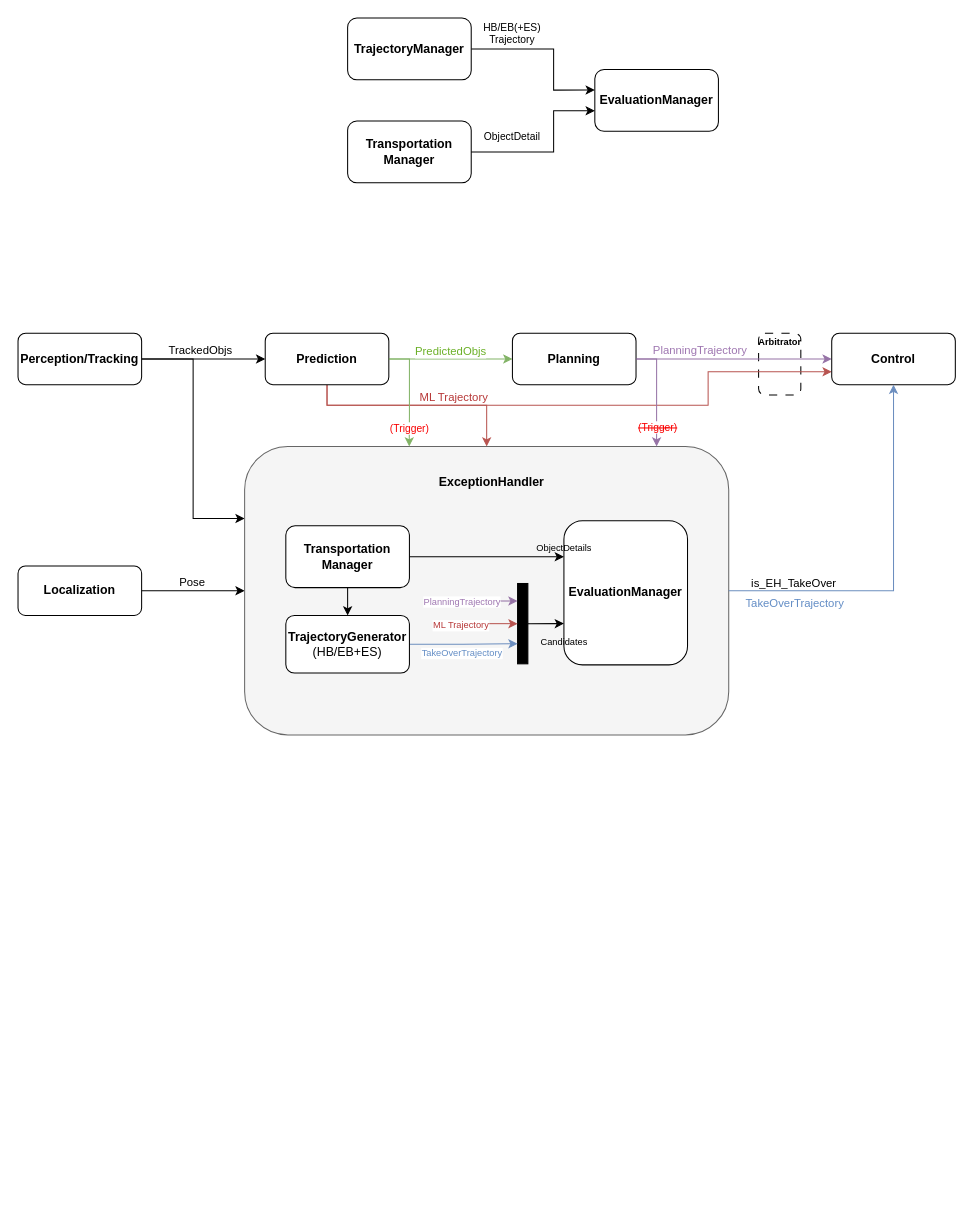
Before: Files/Untitled Diagram.drawio in zhangjoey115/Diagrams, a draw.io diagram. Source tidied: cells renumbered, new cells numbered last; positions are measured from the earlier drawing's top-left corner, leaving out a move shared by most shapes. Both pictures are drawn from the tidied source at 103%, with x=0, y=0 at pixel (18, 18).
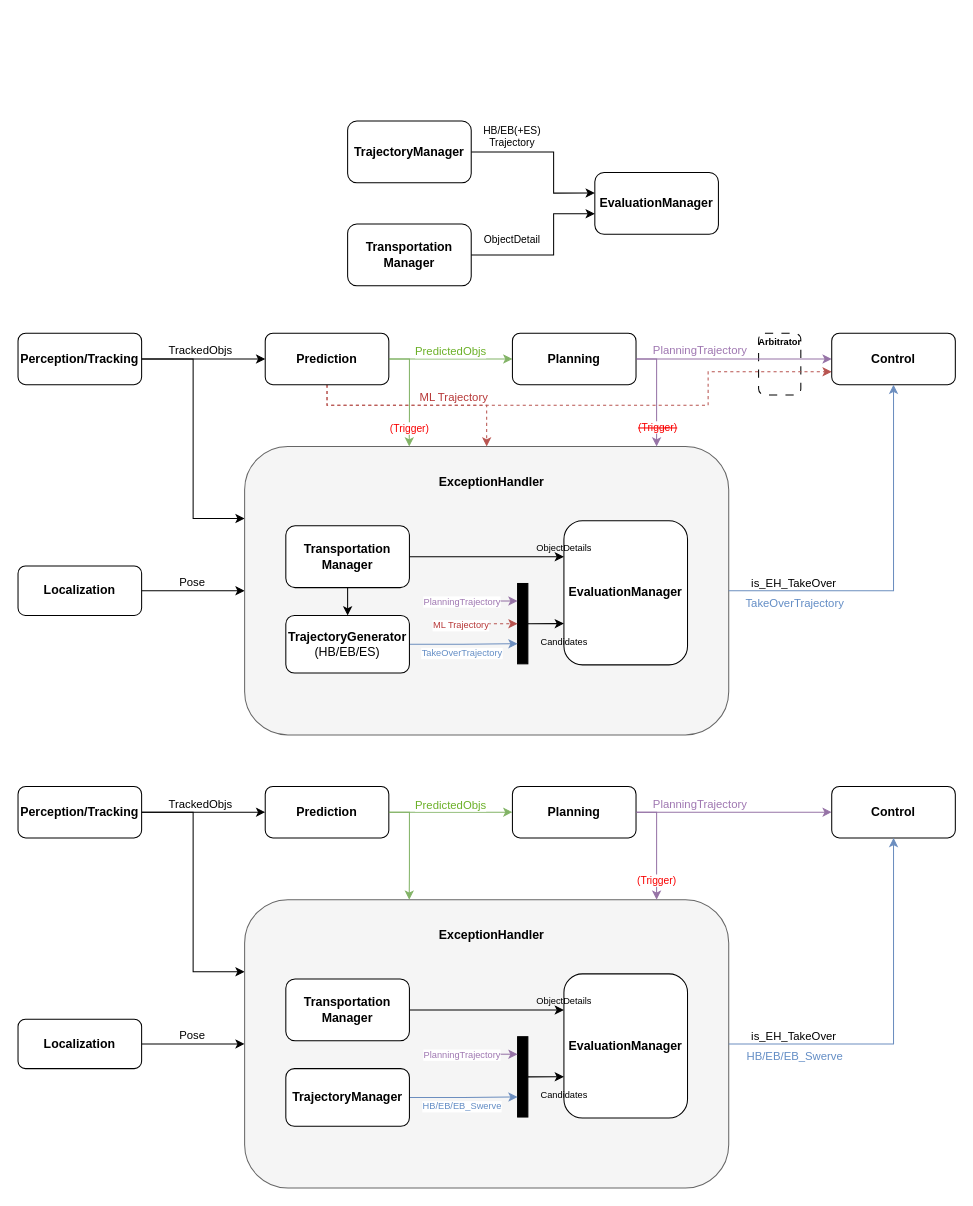
After the change.

The change refers to these unchanged cells:
```xml
<mxCell id="12" value="Prediction" style="rounded=1;whiteSpace=wrap;html=1;fontStyle=1;" parent="1" vertex="1">
  <mxGeometry x="240" y="306" width="120" height="50" as="geometry" />
</mxCell>
<mxCell id="19" value="Control" style="rounded=1;whiteSpace=wrap;html=1;fontStyle=1;" parent="1" vertex="1">
  <mxGeometry x="790" y="306" width="120" height="50" as="geometry" />
</mxCell>
<mxCell id="26" style="group;" parent="1" vertex="1">
  <mxGeometry x="220" y="416" width="470" height="280" as="geometry" />
</mxCell>
<mxCell id="27" style="rounded=1;whiteSpace=wrap;html=1;fontStyle=1;fillColor=#f5f5f5;fontColor=#333333;strokeColor=#666666;" parent="26" vertex="1">
  <mxGeometry width="470" height="280" as="geometry" />
</mxCell>
<mxCell id="28" style="rounded=0;whiteSpace=wrap;html=1;fillColor=#000000;" parent="26" vertex="1">
  <mxGeometry x="265" y="133" width="10" height="78" as="geometry" />
</mxCell>
```

What changed in the source:
```diff
@@
-    <mxCell id="9" style="edgeStyle=orthogonalEdgeStyle;rounded=0;jettySize=auto;html=1;exitX=0.5;exitY=1;exitDx=0;exitDy=0;entryX=0;entryY=0.75;entryDx=0;entryDy=0;fillColor=#f8cecc;strokeColor=#b85450;" parent="1" edge="1" source="12" target="19">
+    <mxCell id="9" style="edgeStyle=orthogonalEdgeStyle;rounded=0;jettySize=auto;html=1;exitX=0.5;exitY=1;exitDx=0;exitDy=0;entryX=0;entryY=0.75;entryDx=0;entryDy=0;fillColor=#f8cecc;strokeColor=#b85450;dashed=1;" parent="1" edge="1" source="12" target="19">
       <mxGeometry relative="1" as="geometry">
         <Array as="points">
           <mxPoint x="300" y="376" />
           <mxPoint x="670" y="376" />
           <mxPoint x="670" y="343" />
         </Array>
       </mxGeometry>
     </mxCell>
@@
-    <mxCell id="11" style="edgeStyle=orthogonalEdgeStyle;rounded=0;jettySize=auto;html=1;exitX=0.5;exitY=1;exitDx=0;exitDy=0;entryX=0.5;entryY=0;entryDx=0;entryDy=0;fillColor=#f8cecc;strokeColor=#b85450;" parent="1" edge="1" source="12" target="27">
+    <mxCell id="11" style="edgeStyle=orthogonalEdgeStyle;rounded=0;jettySize=auto;html=1;exitX=0.5;exitY=1;exitDx=0;exitDy=0;entryX=0.5;entryY=0;entryDx=0;entryDy=0;fillColor=#f8cecc;strokeColor=#b85450;dashed=1;" parent="1" edge="1" source="12" target="27">
       <mxGeometry relative="1" as="geometry">
         <Array as="points">
           <mxPoint x="300" y="376" />
           <mxPoint x="455" y="376" />
         </Array>
       </mxGeometry>
     </mxCell>
@@
     <mxCell id="20" value="EvaluationManager" style="rounded=1;whiteSpace=wrap;html=1;fontStyle=1;" parent="1" vertex="1">
-      <mxGeometry x="560" y="50" width="120" height="60" as="geometry" />
+      <mxGeometry x="560" y="150" width="120" height="60" as="geometry" />
     </mxCell>
     <mxCell id="21" style="edgeStyle=orthogonalEdgeStyle;rounded=0;jettySize=auto;html=1;exitX=1;exitY=0.5;exitDx=0;exitDy=0;entryX=0;entryY=0.333;entryDx=0;entryDy=0;entryPerimeter=0;" parent="1" edge="1" source="22" target="20">
       <mxGeometry relative="1" as="geometry">
         <Array as="points">
-          <mxPoint x="520" y="30" />
-          <mxPoint x="520" y="70" />
+          <mxPoint x="520" y="130" />
+          <mxPoint x="520" y="170" />
         </Array>
       </mxGeometry>
     </mxCell>
     <mxCell id="22" value="TrajectoryManager" style="rounded=1;whiteSpace=wrap;html=1;fontStyle=1;" parent="1" vertex="1">
-      <mxGeometry x="320" width="120" height="60" as="geometry" />
+      <mxGeometry x="320" y="100" width="120" height="60" as="geometry" />
     </mxCell>
     <mxCell id="23" value="Transportation&lt;div&gt;Manager&lt;/div&gt;" style="rounded=1;whiteSpace=wrap;html=1;fontStyle=1;" parent="1" vertex="1">
-      <mxGeometry x="320" y="100" width="120" height="60" as="geometry" />
+      <mxGeometry x="320" y="200" width="120" height="60" as="geometry" />
     </mxCell>
@@
-    <mxCell id="30" value="&lt;div&gt;&lt;b&gt;TrajectoryGenerator&lt;/b&gt;&lt;/div&gt;&lt;div&gt;(HB/EB+ES)&lt;/div&gt;" style="rounded=1;whiteSpace=wrap;html=1;" parent="26" vertex="1">
+    <mxCell id="30" value="&lt;div&gt;&lt;b&gt;TrajectoryGenerator&lt;/b&gt;&lt;/div&gt;&lt;div&gt;(HB/EB/ES)&lt;/div&gt;" style="rounded=1;whiteSpace=wrap;html=1;" parent="26" vertex="1">
       <mxGeometry x="40" y="164" width="120" height="56" as="geometry" />
     </mxCell>
@@
-    <mxCell id="36" style="edgeStyle=orthogonalEdgeStyle;rounded=0;jettySize=auto;html=1;entryX=0;entryY=0.5;entryDx=0;entryDy=0;fillColor=#f8cecc;strokeColor=#b85450;" parent="26" edge="1" target="28">
+    <mxCell id="36" style="edgeStyle=orthogonalEdgeStyle;rounded=0;jettySize=auto;html=1;entryX=0;entryY=0.5;entryDx=0;entryDy=0;fillColor=#f8cecc;strokeColor=#b85450;dashed=1;" parent="26" edge="1" target="28">
       <mxGeometry relative="1" as="geometry">
         <mxPoint x="230" y="172" as="sourcePoint" />
       </mxGeometry>
     </mxCell>
@@
     <mxCell id="51" style="edgeStyle=orthogonalEdgeStyle;rounded=0;jettySize=auto;html=1;exitX=1;exitY=0.5;exitDx=0;exitDy=0;entryX=0;entryY=0.667;entryDx=0;entryDy=0;entryPerimeter=0;" parent="1" edge="1" source="23" target="20">
       <mxGeometry relative="1" as="geometry">
         <Array as="points">
-          <mxPoint x="520" y="130" />
-          <mxPoint x="520" y="90" />
+          <mxPoint x="520" y="230" />
+          <mxPoint x="520" y="190" />
         </Array>
       </mxGeometry>
     </mxCell>
     <mxCell id="52" value="HB/EB(+ES) Trajectory" style="text;html=1;align=center;verticalAlign=middle;whiteSpace=wrap;rounded=0;fontSize=10;" parent="1" vertex="1">
-      <mxGeometry x="450" width="60" height="30" as="geometry" />
+      <mxGeometry x="450" y="100" width="60" height="30" as="geometry" />
     </mxCell>
     <mxCell id="53" value="ObjectDetail" style="text;html=1;align=center;verticalAlign=middle;whiteSpace=wrap;rounded=0;fontSize=10;" parent="1" vertex="1">
-      <mxGeometry x="450" y="100" width="60" height="30" as="geometry" />
+      <mxGeometry x="450" y="200" width="60" height="30" as="geometry" />
     </mxCell>
+    <mxCell id="54" style="edgeStyle=orthogonalEdgeStyle;rounded=0;jettySize=auto;html=1;exitX=1;exitY=0.5;exitDx=0;exitDy=0;entryX=0;entryY=0.5;entryDx=0;entryDy=0;" parent="1" edge="1" source="57" target="60">
+      <mxGeometry relative="1" as="geometry" />
+    </mxCell>
+    <mxCell id="55" value="TrackedObjs" style="edgeLabel;html=1;align=center;verticalAlign=middle;fontColor=default;" parent="54" vertex="1">
+      <mxGeometry x="0.07" y="1" relative="1" as="geometry">
+        <mxPoint x="-8" y="-8" as="offset" />
+      </mxGeometry>
+    </mxCell>
+    <mxCell id="56" style="edgeStyle=orthogonalEdgeStyle;rounded=0;jettySize=auto;html=1;exitX=1;exitY=0.5;exitDx=0;exitDy=0;entryX=0;entryY=0.25;entryDx=0;entryDy=0;" parent="1" edge="1" source="57" target="71">
+      <mxGeometry relative="1" as="geometry" />
+    </mxCell>
+    <mxCell id="57" value="Perception/Tracking" style="rounded=1;whiteSpace=wrap;html=1;fontStyle=1;" parent="1" vertex="1">
+      <mxGeometry y="746" width="120" height="50" as="geometry" />
+    </mxCell>
+    <mxCell id="58" style="edgeStyle=orthogonalEdgeStyle;rounded=0;jettySize=auto;html=1;exitX=1;exitY=0.5;exitDx=0;exitDy=0;entryX=0;entryY=0.5;entryDx=0;entryDy=0;fillColor=#d5e8d4;strokeColor=#82b366;" parent="1" edge="1" source="60" target="63">
+      <mxGeometry relative="1" as="geometry" />
+    </mxCell>
+    <mxCell id="59" value="PredictedObjs" style="edgeLabel;html=1;align=center;verticalAlign=middle;fontColor=#6bb027;" parent="58" vertex="1">
+      <mxGeometry x="-0.2" y="-1" relative="1" as="geometry">
+        <mxPoint x="11" y="-9" as="offset" />
+      </mxGeometry>
+    </mxCell>
+    <mxCell id="60" value="Prediction" style="rounded=1;whiteSpace=wrap;html=1;fontStyle=1;" parent="1" vertex="1">
+      <mxGeometry x="240" y="746" width="120" height="50" as="geometry" />
+    </mxCell>
+    <mxCell id="61" style="edgeStyle=orthogonalEdgeStyle;rounded=0;jettySize=auto;html=1;exitX=1;exitY=0.5;exitDx=0;exitDy=0;entryX=0;entryY=0.5;entryDx=0;entryDy=0;fillColor=#e1d5e7;strokeColor=#9673a6;" parent="1" edge="1" source="63" target="67">
+      <mxGeometry relative="1" as="geometry" />
+    </mxCell>
+    <mxCell id="62" value="PlanningTrajectory" style="edgeLabel;html=1;align=center;verticalAlign=middle;fontColor=#9f77b1;" parent="61" vertex="1">
+      <mxGeometry x="-0.02" y="-1" relative="1" as="geometry">
+        <mxPoint x="-32" y="-10" as="offset" />
+      </mxGeometry>
+    </mxCell>
+    <mxCell id="63" value="Planning" style="rounded=1;whiteSpace=wrap;html=1;fontStyle=1;" parent="1" vertex="1">
+      <mxGeometry x="480" y="746" width="120" height="50" as="geometry" />
+    </mxCell>
+    <mxCell id="64" style="edgeStyle=orthogonalEdgeStyle;rounded=0;jettySize=auto;html=1;exitX=1;exitY=0.5;exitDx=0;exitDy=0;entryX=0;entryY=0.5;entryDx=0;entryDy=0;" parent="1" edge="1" source="66" target="71">
+      <mxGeometry relative="1" as="geometry" />
+    </mxCell>
+    <mxCell id="65" value="Pose" style="edgeLabel;html=1;align=center;verticalAlign=middle;" parent="64" vertex="1">
+      <mxGeometry x="0.01" y="-2" relative="1" as="geometry">
+        <mxPoint x="-3" y="-11" as="offset" />
+      </mxGeometry>
+    </mxCell>
+    <mxCell id="66" value="Localization" style="rounded=1;whiteSpace=wrap;html=1;fontStyle=1;" parent="1" vertex="1">
+      <mxGeometry y="972" width="120" height="48" as="geometry" />
+    </mxCell>
+    <mxCell id="67" value="Control" style="rounded=1;whiteSpace=wrap;html=1;fontStyle=1;" parent="1" vertex="1">
+      <mxGeometry x="790" y="746" width="120" height="50" as="geometry" />
+    </mxCell>
+    <mxCell id="68" value="is_EH_TakeOver" style="edgeLabel;html=1;align=center;verticalAlign=middle;" parent="1" vertex="1">
+      <mxGeometry x="752" y="988" as="geometry" />
+    </mxCell>
+    <mxCell id="69" value="&lt;span style=&quot;font-size: 11px;&quot;&gt;HB/EB/EB_Swerve&lt;/span&gt;" style="edgeLabel;html=1;align=center;verticalAlign=middle;fontColor=#638dc5;fontSize=11;" parent="1" vertex="1">
+      <mxGeometry x="767" y="999" as="geometry">
+        <mxPoint x="-14" y="8" as="offset" />
+      </mxGeometry>
+    </mxCell>
+    <mxCell id="70" style="group;" parent="1" vertex="1">
+      <mxGeometry x="220" y="856" width="470" height="280" as="geometry" />
+    </mxCell>
+    <mxCell id="71" style="rounded=1;whiteSpace=wrap;html=1;fontStyle=1;fillColor=#f5f5f5;fontColor=#333333;strokeColor=#666666;" parent="70" vertex="1">
+      <mxGeometry width="470" height="280" as="geometry" />
+    </mxCell>
+    <mxCell id="72" style="rounded=0;whiteSpace=wrap;html=1;fillColor=#000000;" parent="70" vertex="1">
+      <mxGeometry x="265" y="133" width="10" height="78" as="geometry" />
+    </mxCell>
+    <mxCell id="73" style="edgeStyle=orthogonalEdgeStyle;rounded=0;jettySize=auto;html=1;entryX=0;entryY=0.75;entryDx=0;entryDy=0;fillColor=#dae8fc;strokeColor=#6c8ebf;" parent="70" edge="1" source="74" target="72">
+      <mxGeometry relative="1" as="geometry" />
+    </mxCell>
+    <mxCell id="74" value="&lt;div&gt;&lt;b&gt;TrajectoryManager&lt;/b&gt;&lt;/div&gt;" style="rounded=1;whiteSpace=wrap;html=1;" parent="70" vertex="1">
+      <mxGeometry x="40" y="164" width="120" height="56" as="geometry" />
+    </mxCell>
+    <mxCell id="75" style="edgeStyle=orthogonalEdgeStyle;rounded=0;jettySize=auto;html=1;exitX=1;exitY=0.5;exitDx=0;exitDy=0;entryX=0;entryY=0.25;entryDx=0;entryDy=0;" parent="70" edge="1" source="76" target="77">
+      <mxGeometry relative="1" as="geometry" />
+    </mxCell>
+    <mxCell id="76" value="Transportation&lt;div&gt;Manager&lt;/div&gt;" style="rounded=1;whiteSpace=wrap;html=1;fontStyle=1;" parent="70" vertex="1">
+      <mxGeometry x="40" y="77" width="120" height="60" as="geometry" />
+    </mxCell>
+    <mxCell id="77" value="EvaluationManager" style="rounded=1;whiteSpace=wrap;html=1;fontStyle=1;" parent="70" vertex="1">
+      <mxGeometry x="310" y="72" width="120" height="140" as="geometry" />
+    </mxCell>
+    <mxCell id="78" value="Candidates" style="text;html=1;align=center;verticalAlign=middle;strokeColor=none;fillColor=none;fontSize=9;" parent="70" vertex="1">
+      <mxGeometry x="275" y="180" width="70" height="20" as="geometry" />
+    </mxCell>
+    <mxCell id="79" style="edgeStyle=orthogonalEdgeStyle;rounded=0;jettySize=auto;html=1;exitX=1;exitY=0.5;exitDx=0;exitDy=0;entryX=0;entryY=0.714;entryDx=0;entryDy=0;entryPerimeter=0;" parent="70" edge="1" source="72" target="77">
+      <mxGeometry relative="1" as="geometry" />
+    </mxCell>
+    <mxCell id="80" value="ObjectDetails" style="text;html=1;align=center;verticalAlign=middle;strokeColor=none;fillColor=none;fontSize=9;" parent="70" vertex="1">
+      <mxGeometry x="270" y="89" width="80" height="20" as="geometry" />
+    </mxCell>
+    <mxCell id="81" value="ExceptionHandler" style="text;html=1;align=center;verticalAlign=middle;whiteSpace=wrap;rounded=0;fontStyle=1;" parent="70" vertex="1">
+      <mxGeometry x="210" y="20" width="60" height="30" as="geometry" />
+    </mxCell>
+    <mxCell id="82" value="HB/EB/EB_Swerve" style="edgeLabel;html=1;align=center;verticalAlign=middle;fontColor=#638dc5;labelBorderColor=none;fontSize=9;" parent="70" vertex="1">
+      <mxGeometry x="224" y="192" as="geometry">
+        <mxPoint x="-14" y="8" as="offset" />
+      </mxGeometry>
+    </mxCell>
+    <mxCell id="83" style="edgeStyle=orthogonalEdgeStyle;rounded=0;orthogonalLoop=1;jettySize=auto;html=1;entryX=0;entryY=0.5;entryDx=0;entryDy=0;fillColor=#e1d5e7;strokeColor=#9673a6;" parent="70" edge="1">
+      <mxGeometry relative="1" as="geometry">
+        <mxPoint x="230" y="150" as="sourcePoint" />
+        <mxPoint x="265" y="150" as="targetPoint" />
+      </mxGeometry>
+    </mxCell>
+    <mxCell id="84" value="PlanningTrajectory" style="edgeLabel;html=1;align=center;verticalAlign=middle;fontColor=#9f77b1;fontSize=9;" parent="70" vertex="1">
+      <mxGeometry x="210" y="150" as="geometry" />
+    </mxCell>
+    <mxCell id="85" style="edgeStyle=orthogonalEdgeStyle;rounded=0;jettySize=auto;html=1;exitX=1;exitY=0.5;exitDx=0;exitDy=0;entryX=0.34;entryY=0;entryDx=0;entryDy=0;entryPerimeter=0;fillColor=#d5e8d4;strokeColor=#82b366;" parent="1" edge="1" source="60" target="71">
+      <mxGeometry relative="1" as="geometry" />
+    </mxCell>
+    <mxCell id="86" style="edgeStyle=orthogonalEdgeStyle;rounded=0;jettySize=auto;html=1;exitX=1;exitY=0.5;exitDx=0;exitDy=0;entryX=0.851;entryY=0;entryDx=0;entryDy=0;entryPerimeter=0;fillColor=#e1d5e7;strokeColor=#9673a6;" parent="1" edge="1" source="63" target="71">
+      <mxGeometry relative="1" as="geometry" />
+    </mxCell>
+    <mxCell id="87" style="edgeStyle=orthogonalEdgeStyle;rounded=0;jettySize=auto;html=1;exitX=1;exitY=0.5;exitDx=0;exitDy=0;entryX=0.5;entryY=1;entryDx=0;entryDy=0;fillColor=#dae8fc;strokeColor=#6c8ebf;" parent="1" edge="1" source="71" target="67">
+      <mxGeometry relative="1" as="geometry" />
+    </mxCell>
+    <mxCell id="88" value="&lt;span style=&quot;font-size: 10px;&quot;&gt;(Trigger)&lt;/span&gt;" style="edgeLabel;html=1;align=center;verticalAlign=middle;fontColor=#f90101;labelBorderColor=none;fontSize=10;" parent="1" vertex="1">
+      <mxGeometry x="620" y="836" as="geometry">
+        <mxPoint x="-1" as="offset" />
+      </mxGeometry>
+    </mxCell>
```
